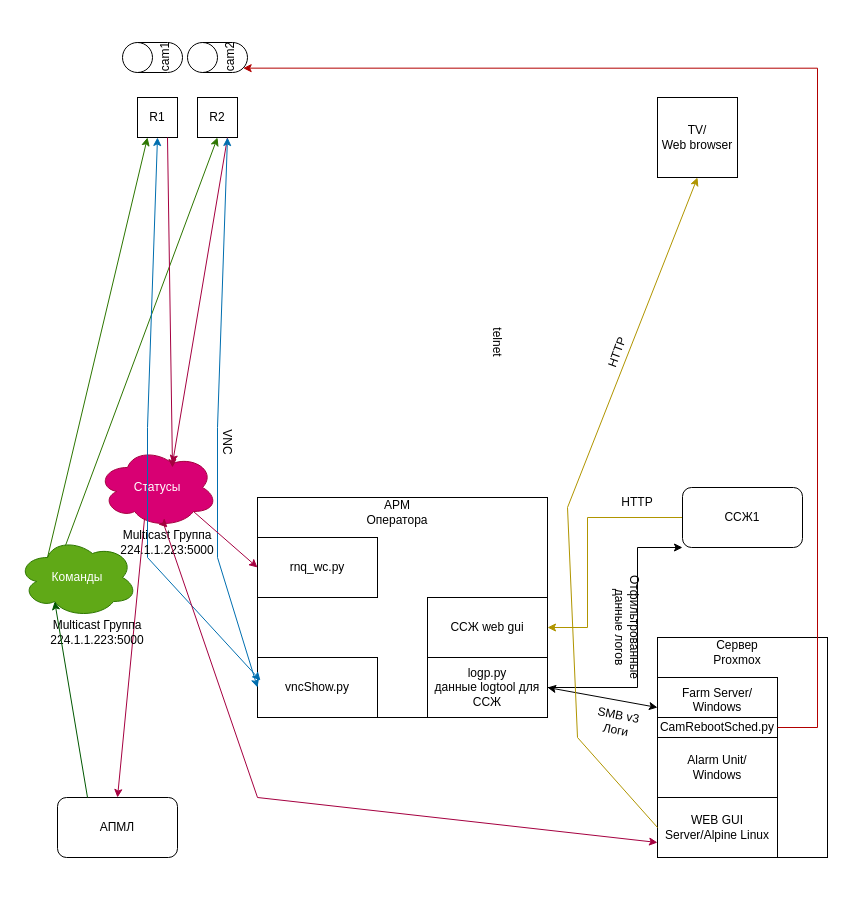
This is Urozhay.drawio from megavad/Diagrams, a draw.io file, before an edit. Source tidied: cells renumbered, new cells numbered last; positions are measured from the earlier drawing's top-left corner, leaving out a move shared by most shapes. Both pictures are drawn from the tidied source at 100%, with x=0, y=0 at pixel (17, 27).
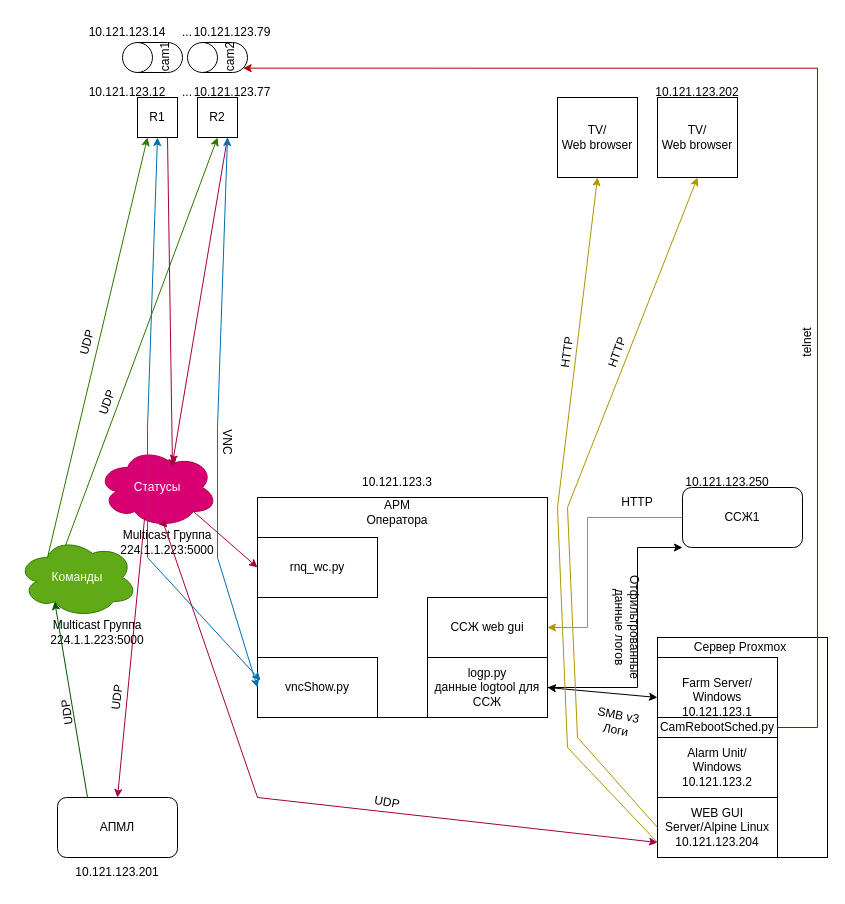
Above is the later version.

The edit, as a diff of the source:
```diff
@@
-    <mxCell id="14" value="WEB GUI&lt;div&gt;Server/Alpine Linux&lt;/div&gt;" style="rounded=0;whiteSpace=wrap;html=1;" parent="1" vertex="1">
+    <mxCell id="14" value="WEB GUI&lt;div&gt;Server/Alpine Linux&lt;/div&gt;&lt;div&gt;10.121.123.204&lt;/div&gt;" style="rounded=0;whiteSpace=wrap;html=1;" parent="1" vertex="1">
       <mxGeometry x="640" y="770" width="120" height="60" as="geometry" />
     </mxCell>
-    <mxCell id="15" value="Alarm Unit/&lt;div&gt;Windows&lt;/div&gt;" style="rounded=0;whiteSpace=wrap;html=1;" parent="1" vertex="1">
+    <mxCell id="15" value="Alarm Unit/&lt;div&gt;Windows&lt;/div&gt;&lt;div&gt;10.121.123.2&lt;/div&gt;" style="rounded=0;whiteSpace=wrap;html=1;" parent="1" vertex="1">
       <mxGeometry x="640" y="710" width="120" height="60" as="geometry" />
     </mxCell>
-    <mxCell id="16" value="Farm Server/&lt;div&gt;Windows&lt;/div&gt;&lt;div&gt;&lt;br&gt;&lt;/div&gt;" style="rounded=0;whiteSpace=wrap;html=1;" parent="1" vertex="1">
-      <mxGeometry x="640" y="650" width="120" height="60" as="geometry" />
+    <mxCell id="16" value="Farm Server/&lt;div&gt;Windows&lt;/div&gt;&lt;div&gt;10.121.123.1&lt;/div&gt;" style="rounded=0;whiteSpace=wrap;html=1;" parent="1" vertex="1">
+      <mxGeometry x="640" y="630" width="120" height="80" as="geometry" />
     </mxCell>
     <mxCell id="17" value="Сервер Proxmox" style="text;html=1;whiteSpace=wrap;strokeColor=none;fillColor=none;align=center;verticalAlign=middle;rounded=0;" parent="1" vertex="1">
-      <mxGeometry x="690" y="610" width="60" height="30" as="geometry" />
+      <mxGeometry x="673" y="605" width="100" height="30" as="geometry" />
     </mxCell>
@@
-    <mxCell id="42" value="telnet" style="text;html=1;whiteSpace=wrap;strokeColor=none;fillColor=none;align=center;verticalAlign=middle;rounded=0;rotation=90;" parent="1" vertex="1">
-      <mxGeometry x="450" y="300" width="60" height="30" as="geometry" />
+    <mxCell id="42" value="telnet" style="text;html=1;whiteSpace=wrap;strokeColor=none;fillColor=none;align=center;verticalAlign=middle;rounded=0;rotation=-90;" parent="1" vertex="1">
+      <mxGeometry x="760" y="300" width="60" height="30" as="geometry" />
     </mxCell>
@@
+    <mxCell id="47" value="10.121.123.3" style="text;html=1;whiteSpace=wrap;strokeColor=none;fillColor=none;align=center;verticalAlign=middle;rounded=0;" parent="1" vertex="1">
+      <mxGeometry x="350" y="440" width="60" height="30" as="geometry" />
+    </mxCell>
+    <mxCell id="48" value="10.121.123.201" style="text;html=1;whiteSpace=wrap;strokeColor=none;fillColor=none;align=center;verticalAlign=middle;rounded=0;" parent="1" vertex="1">
+      <mxGeometry x="70" y="830" width="60" height="30" as="geometry" />
+    </mxCell>
+    <mxCell id="49" value="10.121.123.12" style="text;html=1;whiteSpace=wrap;strokeColor=none;fillColor=none;align=center;verticalAlign=middle;rounded=0;" parent="1" vertex="1">
+      <mxGeometry x="80" y="50" width="60" height="30" as="geometry" />
+    </mxCell>
+    <mxCell id="50" value="10.121.123.77" style="text;html=1;whiteSpace=wrap;strokeColor=none;fillColor=none;align=center;verticalAlign=middle;rounded=0;" parent="1" vertex="1">
+      <mxGeometry x="185" y="50" width="60" height="30" as="geometry" />
+    </mxCell>
+    <mxCell id="51" value="10.121.123.14" style="text;html=1;whiteSpace=wrap;strokeColor=none;fillColor=none;align=center;verticalAlign=middle;rounded=0;" parent="1" vertex="1">
+      <mxGeometry x="80" y="-10" width="60" height="30" as="geometry" />
+    </mxCell>
+    <mxCell id="52" value="10.121.123.79" style="text;html=1;whiteSpace=wrap;strokeColor=none;fillColor=none;align=center;verticalAlign=middle;rounded=0;" parent="1" vertex="1">
+      <mxGeometry x="185" y="-10" width="60" height="30" as="geometry" />
+    </mxCell>
+    <mxCell id="53" value="10.121.123.202" style="text;html=1;whiteSpace=wrap;strokeColor=none;fillColor=none;align=center;verticalAlign=middle;rounded=0;" parent="1" vertex="1">
+      <mxGeometry x="650" y="50" width="60" height="30" as="geometry" />
+    </mxCell>
+    <mxCell id="54" value="10.121.123.250" style="text;html=1;whiteSpace=wrap;strokeColor=none;fillColor=none;align=center;verticalAlign=middle;rounded=0;" parent="1" vertex="1">
+      <mxGeometry x="680" y="440" width="60" height="30" as="geometry" />
+    </mxCell>
+    <mxCell id="55" value="TV/&lt;div&gt;Web browser&lt;/div&gt;" style="whiteSpace=wrap;html=1;" parent="1" vertex="1">
+      <mxGeometry x="540" y="70" width="80" height="80" as="geometry" />
+    </mxCell>
+    <mxCell id="56" style="endArrow=classic;html=1;rounded=0;exitX=0;exitY=0.75;exitDx=0;exitDy=0;entryX=0.5;entryY=1;entryDx=0;entryDy=0;fillColor=#e3c800;strokeColor=#B09500;" parent="1" edge="1" source="14">
+      <mxGeometry relative="1" as="geometry">
+        <mxPoint x="580" y="150" as="targetPoint" />
+        <Array as="points">
+          <mxPoint x="550" y="720" />
+          <mxPoint x="540" y="480" />
+        </Array>
+      </mxGeometry>
+    </mxCell>
+    <mxCell id="57" value="HTTP" style="text;html=1;whiteSpace=wrap;strokeColor=none;fillColor=none;align=center;verticalAlign=middle;rounded=0;rotation=-81.7;" parent="1" vertex="1">
+      <mxGeometry x="520" y="310" width="60" height="30" as="geometry" />
+    </mxCell>
+    <mxCell id="58" value="UDP" style="text;html=1;whiteSpace=wrap;strokeColor=none;fillColor=none;align=center;verticalAlign=middle;rounded=0;rotation=10;" parent="1" vertex="1">
+      <mxGeometry x="340" y="760" width="60" height="30" as="geometry" />
+    </mxCell>
+    <mxCell id="59" value="UDP" style="text;html=1;whiteSpace=wrap;strokeColor=none;fillColor=none;align=center;verticalAlign=middle;rounded=0;rotation=-82.9;" parent="1" vertex="1">
+      <mxGeometry x="70" y="655" width="60" height="30" as="geometry" />
+    </mxCell>
+    <mxCell id="60" value="UDP" style="text;html=1;whiteSpace=wrap;strokeColor=none;fillColor=none;align=center;verticalAlign=middle;rounded=0;rotation=-97.7;" parent="1" vertex="1">
+      <mxGeometry x="20" y="670" width="60" height="30" as="geometry" />
+    </mxCell>
+    <mxCell id="61" value="UDP" style="text;html=1;whiteSpace=wrap;strokeColor=none;fillColor=none;align=center;verticalAlign=middle;rounded=0;rotation=-75;" parent="1" vertex="1">
+      <mxGeometry x="40" y="300" width="60" height="30" as="geometry" />
+    </mxCell>
+    <mxCell id="62" value="UDP" style="text;html=1;whiteSpace=wrap;strokeColor=none;fillColor=none;align=center;verticalAlign=middle;rounded=0;rotation=-69.8;" parent="1" vertex="1">
+      <mxGeometry x="60" y="360" width="60" height="30" as="geometry" />
+    </mxCell>
+    <mxCell id="63" value="..." style="text;html=1;whiteSpace=wrap;strokeColor=none;fillColor=none;align=center;verticalAlign=middle;rounded=0;" parent="1" vertex="1">
+      <mxGeometry x="140" y="-10" width="60" height="30" as="geometry" />
+    </mxCell>
+    <mxCell id="64" value="..." style="text;html=1;whiteSpace=wrap;strokeColor=none;fillColor=none;align=center;verticalAlign=middle;rounded=0;" parent="1" vertex="1">
+      <mxGeometry x="140" y="50" width="60" height="30" as="geometry" />
+    </mxCell>
```
